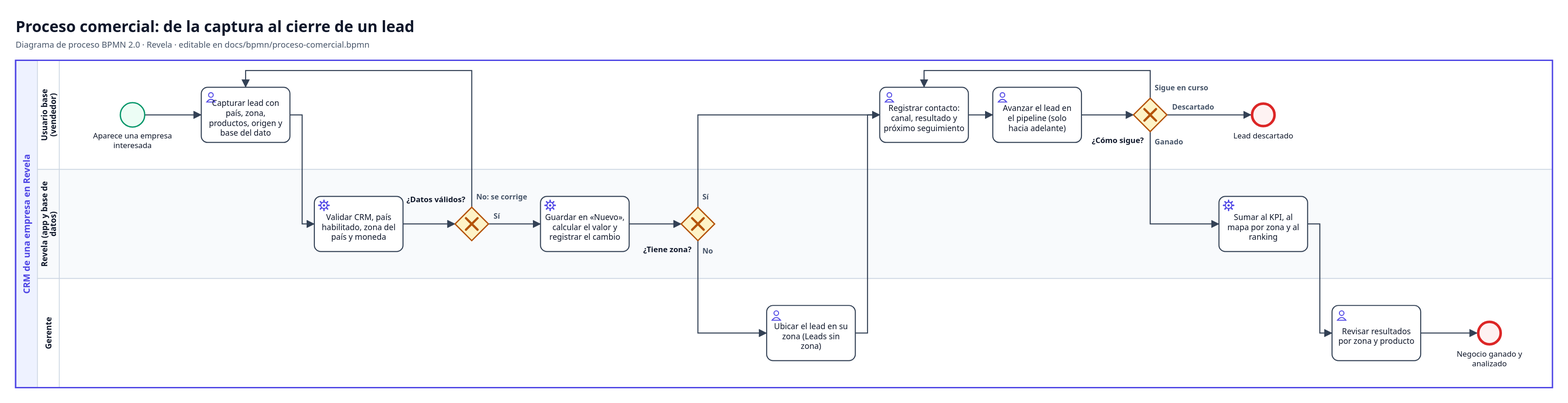
The BPMN diagram docs/bpmn/proceso-comercial.svg in YairCosta/CAPSTONE_003D, before a commit. Its source is kept beside it as docs/bpmn/proceso-comercial.bpmn. Ids are renumbered. The source it was exported from:
```xml
<bpmn:definitions xmlns:bpmn="http://www.omg.org/spec/BPMN/20100524/MODEL" xmlns:bpmndi="http://www.omg.org/spec/BPMN/20100524/DI" xmlns:dc="http://www.omg.org/spec/DD/20100524/DC" xmlns:di="http://www.omg.org/spec/DD/20100524/DI" xmlns:xsi="http://www.w3.org/2001/XMLSchema-instance" id="Definiciones_proceso-comercial" targetNamespace="https://revela.cl/bpmn" exporter="Revela (scripts/generar-bpmn.mjs)" exporterVersion="1.0">
  <bpmn:collaboration id="Colaboracion_proceso-comercial">
    <bpmn:documentation>Proceso comercial: de la captura al cierre de un lead</bpmn:documentation>
    <bpmn:participant id="Participante_proceso-comercial" name="CRM de una empresa en Revela" processRef="Proceso_proceso-comercial" />
  </bpmn:collaboration>
  <bpmn:process id="Proceso_proceso-comercial" name="Proceso comercial: de la captura al cierre de un lead" isExecutable="false">
    <bpmn:laneSet id="Carriles_proceso-comercial">
      <bpmn:lane id="Carril_vendedor" name="Usuario base (vendedor)">
        <bpmn:flowNodeRef>Nodo_inicio</bpmn:flowNodeRef>
        <bpmn:flowNodeRef>Nodo_capturar</bpmn:flowNodeRef>
        <bpmn:flowNodeRef>Nodo_contactar</bpmn:flowNodeRef>
        <bpmn:flowNodeRef>Nodo_avanzar</bpmn:flowNodeRef>
        <bpmn:flowNodeRef>Nodo_gResultado</bpmn:flowNodeRef>
        <bpmn:flowNodeRef>Nodo_descartado</bpmn:flowNodeRef>
      </bpmn:lane>
      <bpmn:lane id="Carril_sistema" name="Revela (app y base de datos)">
        <bpmn:flowNodeRef>Nodo_validar</bpmn:flowNodeRef>
        <bpmn:flowNodeRef>Nodo_gValido</bpmn:flowNodeRef>
        <bpmn:flowNodeRef>Nodo_guardar</bpmn:flowNodeRef>
        <bpmn:flowNodeRef>Nodo_gZona</bpmn:flowNodeRef>
        <bpmn:flowNodeRef>Nodo_kpi</bpmn:flowNodeRef>
      </bpmn:lane>
      <bpmn:lane id="Carril_gerente" name="Gerente">
        <bpmn:flowNodeRef>Nodo_ubicar</bpmn:flowNodeRef>
        <bpmn:flowNodeRef>Nodo_revisar</bpmn:flowNodeRef>
        <bpmn:flowNodeRef>Nodo_ganado</bpmn:flowNodeRef>
      </bpmn:lane>
    </bpmn:laneSet>
    <bpmn:startEvent id="Nodo_inicio" name="Aparece una empresa interesada">
      <bpmn:outgoing>Flujo_1</bpmn:outgoing>
    </bpmn:startEvent>
    <bpmn:userTask id="Nodo_capturar" name="Capturar lead con país, zona, productos, origen y base del dato">
      <bpmn:incoming>Flujo_1</bpmn:incoming>
      <bpmn:incoming>Flujo_4</bpmn:incoming>
      <bpmn:outgoing>Flujo_2</bpmn:outgoing>
    </bpmn:userTask>
    <bpmn:serviceTask id="Nodo_validar" name="Validar CRM, país habilitado, zona del país y moneda">
      <bpmn:incoming>Flujo_2</bpmn:incoming>
      <bpmn:outgoing>Flujo_3</bpmn:outgoing>
    </bpmn:serviceTask>
    <bpmn:exclusiveGateway id="Nodo_gValido" name="¿Datos válidos?">
      <bpmn:incoming>Flujo_3</bpmn:incoming>
      <bpmn:outgoing>Flujo_4</bpmn:outgoing>
      <bpmn:outgoing>Flujo_5</bpmn:outgoing>
    </bpmn:exclusiveGateway>
    <bpmn:serviceTask id="Nodo_guardar" name="Guardar en «Nuevo», calcular el valor y registrar el cambio">
      <bpmn:incoming>Flujo_5</bpmn:incoming>
      <bpmn:outgoing>Flujo_6</bpmn:outgoing>
    </bpmn:serviceTask>
    <bpmn:exclusiveGateway id="Nodo_gZona" name="¿Tiene zona?">
      <bpmn:incoming>Flujo_6</bpmn:incoming>
      <bpmn:outgoing>Flujo_7</bpmn:outgoing>
      <bpmn:outgoing>Flujo_8</bpmn:outgoing>
    </bpmn:exclusiveGateway>
    <bpmn:userTask id="Nodo_ubicar" name="Ubicar el lead en su zona (Leads sin zona)">
      <bpmn:incoming>Flujo_7</bpmn:incoming>
      <bpmn:outgoing>Flujo_9</bpmn:outgoing>
    </bpmn:userTask>
    <bpmn:userTask id="Nodo_contactar" name="Registrar contacto: canal, resultado y próximo seguimiento">
      <bpmn:incoming>Flujo_8</bpmn:incoming>
      <bpmn:incoming>Flujo_9</bpmn:incoming>
      <bpmn:incoming>Flujo_12</bpmn:incoming>
      <bpmn:outgoing>Flujo_10</bpmn:outgoing>
    </bpmn:userTask>
    <bpmn:userTask id="Nodo_avanzar" name="Avanzar el lead en el pipeline (solo hacia adelante)">
      <bpmn:incoming>Flujo_10</bpmn:incoming>
      <bpmn:outgoing>Flujo_11</bpmn:outgoing>
    </bpmn:userTask>
    <bpmn:exclusiveGateway id="Nodo_gResultado" name="¿Cómo sigue?">
      <bpmn:incoming>Flujo_11</bpmn:incoming>
      <bpmn:outgoing>Flujo_12</bpmn:outgoing>
      <bpmn:outgoing>Flujo_13</bpmn:outgoing>
      <bpmn:outgoing>Flujo_14</bpmn:outgoing>
    </bpmn:exclusiveGateway>
    <bpmn:endEvent id="Nodo_descartado" name="Lead descartado">
      <bpmn:incoming>Flujo_13</bpmn:incoming>
    </bpmn:endEvent>
    <bpmn:serviceTask id="Nodo_kpi" name="Sumar al KPI, al mapa por zona y al ranking">
      <bpmn:incoming>Flujo_14</bpmn:incoming>
      <bpmn:outgoing>Flujo_15</bpmn:outgoing>
    </bpmn:serviceTask>
    <bpmn:userTask id="Nodo_revisar" name="Revisar resultados por zona y producto">
      <bpmn:incoming>Flujo_15</bpmn:incoming>
      <bpmn:outgoing>Flujo_16</bpmn:outgoing>
    </bpmn:userTask>
    <bpmn:endEvent id="Nodo_ganado" name="Negocio ganado y analizado">
      <bpmn:incoming>Flujo_16</bpmn:incoming>
    </bpmn:endEvent>
    <bpmn:sequenceFlow id="Flujo_1" sourceRef="Nodo_inicio" targetRef="Nodo_capturar" />
    <bpmn:sequenceFlow id="Flujo_2" sourceRef="Nodo_capturar" targetRef="Nodo_validar" />
    <bpmn:sequenceFlow id="Flujo_3" sourceRef="Nodo_validar" targetRef="Nodo_gValido" />
    <bpmn:sequenceFlow id="Flujo_4" name="No: se corrige" sourceRef="Nodo_gValido" targetRef="Nodo_capturar" />
    <bpmn:sequenceFlow id="Flujo_5" name="Sí" sourceRef="Nodo_gValido" targetRef="Nodo_guardar" />
    <bpmn:sequenceFlow id="Flujo_6" sourceRef="Nodo_guardar" targetRef="Nodo_gZona" />
    <bpmn:sequenceFlow id="Flujo_7" name="No" sourceRef="Nodo_gZona" targetRef="Nodo_ubicar" />
    <bpmn:sequenceFlow id="Flujo_8" name="Sí" sourceRef="Nodo_gZona" targetRef="Nodo_contactar" />
    <bpmn:sequenceFlow id="Flujo_9" sourceRef="Nodo_ubicar" targetRef="Nodo_contactar" />
    <bpmn:sequenceFlow id="Flujo_10" sourceRef="Nodo_contactar" targetRef="Nodo_avanzar" />
    <bpmn:sequenceFlow id="Flujo_11" sourceRef="Nodo_avanzar" targetRef="Nodo_gResultado" />
    <bpmn:sequenceFlow id="Flujo_12" name="Sigue en curso" sourceRef="Nodo_gResultado" targetRef="Nodo_contactar" />
    <bpmn:sequenceFlow id="Flujo_13" name="Descartado" sourceRef="Nodo_gResultado" targetRef="Nodo_descartado" />
    <bpmn:sequenceFlow id="Flujo_14" name="Ganado" sourceRef="Nodo_gResultado" targetRef="Nodo_kpi" />
    <bpmn:sequenceFlow id="Flujo_15" sourceRef="Nodo_kpi" targetRef="Nodo_revisar" />
    <bpmn:sequenceFlow id="Flujo_16" sourceRef="Nodo_revisar" targetRef="Nodo_ganado" />
  </bpmn:process>
  <bpmndi:BPMNDiagram id="Diagrama_proceso-comercial">
    <bpmndi:BPMNPlane id="Plano_proceso-comercial" bpmnElement="Colaboracion_proceso-comercial">
      <bpmndi:BPMNShape id="Participante_proceso-comercial_di" bpmnElement="Participante_proceso-comercial" isHorizontal="true">
        <dc:Bounds x="24" y="94" width="2392" height="510" />
      </bpmndi:BPMNShape>
      <bpmndi:BPMNShape id="Carril_vendedor_di" bpmnElement="Carril_vendedor" isHorizontal="true">
        <dc:Bounds x="58" y="94" width="2358" height="170" />
      </bpmndi:BPMNShape>
      <bpmndi:BPMNShape id="Carril_sistema_di" bpmnElement="Carril_sistema" isHorizontal="true">
        <dc:Bounds x="58" y="264" width="2358" height="170" />
      </bpmndi:BPMNShape>
      <bpmndi:BPMNShape id="Carril_gerente_di" bpmnElement="Carril_gerente" isHorizontal="true">
        <dc:Bounds x="58" y="434" width="2358" height="170" />
      </bpmndi:BPMNShape>
      <bpmndi:BPMNShape id="Nodo_inicio_di" bpmnElement="Nodo_inicio">
        <dc:Bounds x="187" y="160" width="38" height="38" />
        <bpmndi:BPMNLabel><dc:Bounds x="142" y="204" width="128" height="32" /></bpmndi:BPMNLabel>
      </bpmndi:BPMNShape>
      <bpmndi:BPMNShape id="Nodo_capturar_di" bpmnElement="Nodo_capturar">
        <dc:Bounds x="313" y="136" width="138" height="86" />
      </bpmndi:BPMNShape>
      <bpmndi:BPMNShape id="Nodo_validar_di" bpmnElement="Nodo_validar">
        <dc:Bounds x="489" y="306" width="138" height="86" />
      </bpmndi:BPMNShape>
      <bpmndi:BPMNShape id="Nodo_gValido_di" bpmnElement="Nodo_gValido" isMarkerVisible="true">
        <dc:Bounds x="708" y="323" width="52" height="52" />
        <bpmndi:BPMNLabel><dc:Bounds x="623" y="303" width="101" height="17" /></bpmndi:BPMNLabel>
      </bpmndi:BPMNShape>
      <bpmndi:BPMNShape id="Nodo_guardar_di" bpmnElement="Nodo_guardar">
        <dc:Bounds x="841" y="306" width="138" height="86" />
      </bpmndi:BPMNShape>
      <bpmndi:BPMNShape id="Nodo_gZona_di" bpmnElement="Nodo_gZona" isMarkerVisible="true">
        <dc:Bounds x="1060" y="323" width="52" height="52" />
        <bpmndi:BPMNLabel><dc:Bounds x="995" y="381" width="81" height="17" /></bpmndi:BPMNLabel>
      </bpmndi:BPMNShape>
      <bpmndi:BPMNShape id="Nodo_ubicar_di" bpmnElement="Nodo_ubicar">
        <dc:Bounds x="1193" y="476" width="138" height="86" />
      </bpmndi:BPMNShape>
      <bpmndi:BPMNShape id="Nodo_contactar_di" bpmnElement="Nodo_contactar">
        <dc:Bounds x="1369" y="136" width="138" height="86" />
      </bpmndi:BPMNShape>
      <bpmndi:BPMNShape id="Nodo_avanzar_di" bpmnElement="Nodo_avanzar">
        <dc:Bounds x="1545" y="136" width="138" height="86" />
      </bpmndi:BPMNShape>
      <bpmndi:BPMNShape id="Nodo_gResultado_di" bpmnElement="Nodo_gResultado" isMarkerVisible="true">
        <dc:Bounds x="1764" y="153" width="52" height="52" />
        <bpmndi:BPMNLabel><dc:Bounds x="1699" y="211" width="81" height="17" /></bpmndi:BPMNLabel>
      </bpmndi:BPMNShape>
      <bpmndi:BPMNShape id="Nodo_descartado_di" bpmnElement="Nodo_descartado">
        <dc:Bounds x="1947" y="160" width="38" height="38" />
        <bpmndi:BPMNLabel><dc:Bounds x="1916" y="204" width="101" height="17" /></bpmndi:BPMNLabel>
      </bpmndi:BPMNShape>
      <bpmndi:BPMNShape id="Nodo_kpi_di" bpmnElement="Nodo_kpi">
        <dc:Bounds x="1897" y="306" width="138" height="86" />
      </bpmndi:BPMNShape>
      <bpmndi:BPMNShape id="Nodo_revisar_di" bpmnElement="Nodo_revisar">
        <dc:Bounds x="2073" y="476" width="138" height="86" />
      </bpmndi:BPMNShape>
      <bpmndi:BPMNShape id="Nodo_ganado_di" bpmnElement="Nodo_ganado">
        <dc:Bounds x="2299" y="500" width="38" height="38" />
        <bpmndi:BPMNLabel><dc:Bounds x="2264" y="544" width="108" height="32" /></bpmndi:BPMNLabel>
      </bpmndi:BPMNShape>
      <bpmndi:BPMNEdge id="Flujo_1_di" bpmnElement="Flujo_1">
        <di:waypoint x="225" y="179" />
        <di:waypoint x="313" y="179" />
      </bpmndi:BPMNEdge>
      <bpmndi:BPMNEdge id="Flujo_2_di" bpmnElement="Flujo_2">
        <di:waypoint x="451" y="179" />
        <di:waypoint x="470" y="179" />
        <di:waypoint x="470" y="349" />
        <di:waypoint x="489" y="349" />
      </bpmndi:BPMNEdge>
      <bpmndi:BPMNEdge id="Flujo_3_di" bpmnElement="Flujo_3">
        <di:waypoint x="627" y="349" />
        <di:waypoint x="708" y="349" />
      </bpmndi:BPMNEdge>
      <bpmndi:BPMNEdge id="Flujo_4_di" bpmnElement="Flujo_4">
        <di:waypoint x="734" y="323" />
        <di:waypoint x="734" y="110" />
        <di:waypoint x="382" y="110" />
        <di:waypoint x="382" y="136" />
      </bpmndi:BPMNEdge>
      <bpmndi:BPMNEdge id="Flujo_5_di" bpmnElement="Flujo_5">
        <di:waypoint x="760" y="349" />
        <di:waypoint x="841" y="349" />
      </bpmndi:BPMNEdge>
      <bpmndi:BPMNEdge id="Flujo_6_di" bpmnElement="Flujo_6">
        <di:waypoint x="979" y="349" />
        <di:waypoint x="1060" y="349" />
      </bpmndi:BPMNEdge>
      <bpmndi:BPMNEdge id="Flujo_7_di" bpmnElement="Flujo_7">
        <di:waypoint x="1086" y="375" />
        <di:waypoint x="1086" y="519" />
        <di:waypoint x="1193" y="519" />
      </bpmndi:BPMNEdge>
      <bpmndi:BPMNEdge id="Flujo_8_di" bpmnElement="Flujo_8">
        <di:waypoint x="1086" y="323" />
        <di:waypoint x="1086" y="179" />
        <di:waypoint x="1369" y="179" />
      </bpmndi:BPMNEdge>
      <bpmndi:BPMNEdge id="Flujo_9_di" bpmnElement="Flujo_9">
        <di:waypoint x="1331" y="519" />
        <di:waypoint x="1350" y="519" />
        <di:waypoint x="1350" y="179" />
        <di:waypoint x="1369" y="179" />
      </bpmndi:BPMNEdge>
      <bpmndi:BPMNEdge id="Flujo_10_di" bpmnElement="Flujo_10">
        <di:waypoint x="1507" y="179" />
        <di:waypoint x="1545" y="179" />
      </bpmndi:BPMNEdge>
      <bpmndi:BPMNEdge id="Flujo_11_di" bpmnElement="Flujo_11">
        <di:waypoint x="1683" y="179" />
        <di:waypoint x="1764" y="179" />
      </bpmndi:BPMNEdge>
      <bpmndi:BPMNEdge id="Flujo_12_di" bpmnElement="Flujo_12">
        <di:waypoint x="1790" y="153" />
        <di:waypoint x="1790" y="110" />
        <di:waypoint x="1438" y="110" />
        <di:waypoint x="1438" y="136" />
      </bpmndi:BPMNEdge>
      <bpmndi:BPMNEdge id="Flujo_13_di" bpmnElement="Flujo_13">
        <di:waypoint x="1816" y="179" />
        <di:waypoint x="1947" y="179" />
      </bpmndi:BPMNEdge>
      <bpmndi:BPMNEdge id="Flujo_14_di" bpmnElement="Flujo_14">
        <di:waypoint x="1790" y="205" />
        <di:waypoint x="1790" y="349" />
        <di:waypoint x="1897" y="349" />
      </bpmndi:BPMNEdge>
      <bpmndi:BPMNEdge id="Flujo_15_di" bpmnElement="Flujo_15">
        <di:waypoint x="2035" y="349" />
        <di:waypoint x="2054" y="349" />
        <di:waypoint x="2054" y="519" />
        <di:waypoint x="2073" y="519" />
      </bpmndi:BPMNEdge>
      <bpmndi:BPMNEdge id="Flujo_16_di" bpmnElement="Flujo_16">
        <di:waypoint x="2211" y="519" />
        <di:waypoint x="2299" y="519" />
      </bpmndi:BPMNEdge>
    </bpmndi:BPMNPlane>
  </bpmndi:BPMNDiagram>
</bpmn:definitions>
```
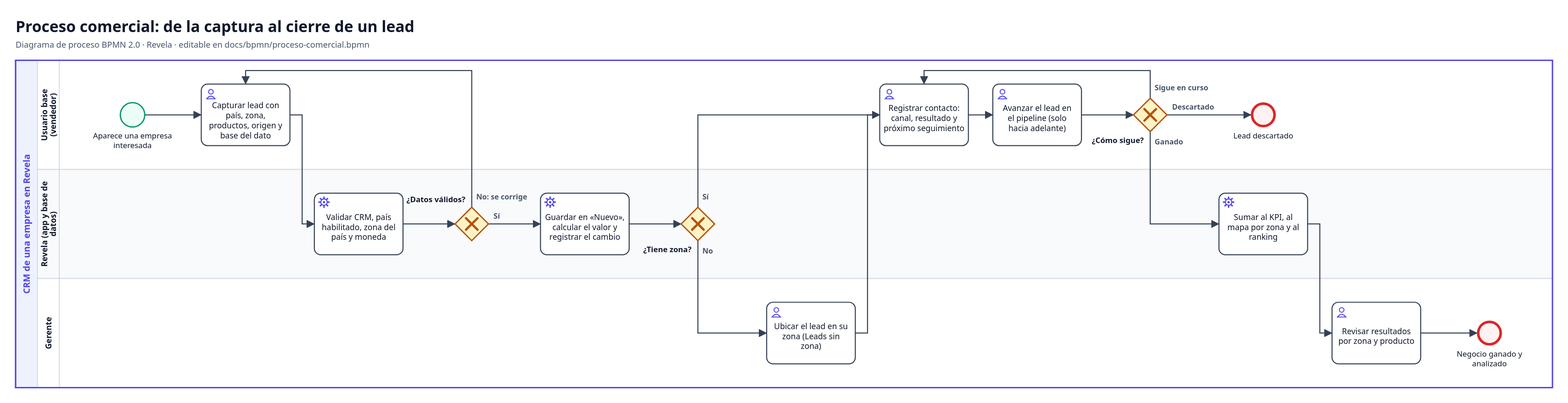
After the change.

Change to the diagram source:
```diff
@@ -122,30 +122,30 @@
         <bpmndi:BPMNLabel><dc:Bounds x="142" y="204" width="128" height="32" /></bpmndi:BPMNLabel>
       </bpmndi:BPMNShape>
       <bpmndi:BPMNShape id="Nodo_capturar_di" bpmnElement="Nodo_capturar">
-        <dc:Bounds x="313" y="136" width="138" height="86" />
+        <dc:Bounds x="313" y="131" width="138" height="96" />
       </bpmndi:BPMNShape>
       <bpmndi:BPMNShape id="Nodo_validar_di" bpmnElement="Nodo_validar">
-        <dc:Bounds x="489" y="306" width="138" height="86" />
+        <dc:Bounds x="489" y="301" width="138" height="96" />
       </bpmndi:BPMNShape>
       <bpmndi:BPMNShape id="Nodo_gValido_di" bpmnElement="Nodo_gValido" isMarkerVisible="true">
         <dc:Bounds x="708" y="323" width="52" height="52" />
         <bpmndi:BPMNLabel><dc:Bounds x="623" y="303" width="101" height="17" /></bpmndi:BPMNLabel>
       </bpmndi:BPMNShape>
       <bpmndi:BPMNShape id="Nodo_guardar_di" bpmnElement="Nodo_guardar">
-        <dc:Bounds x="841" y="306" width="138" height="86" />
+        <dc:Bounds x="841" y="301" width="138" height="96" />
       </bpmndi:BPMNShape>
       <bpmndi:BPMNShape id="Nodo_gZona_di" bpmnElement="Nodo_gZona" isMarkerVisible="true">
         <dc:Bounds x="1060" y="323" width="52" height="52" />
         <bpmndi:BPMNLabel><dc:Bounds x="995" y="381" width="81" height="17" /></bpmndi:BPMNLabel>
       </bpmndi:BPMNShape>
       <bpmndi:BPMNShape id="Nodo_ubicar_di" bpmnElement="Nodo_ubicar">
-        <dc:Bounds x="1193" y="476" width="138" height="86" />
+        <dc:Bounds x="1193" y="471" width="138" height="96" />
       </bpmndi:BPMNShape>
       <bpmndi:BPMNShape id="Nodo_contactar_di" bpmnElement="Nodo_contactar">
-        <dc:Bounds x="1369" y="136" width="138" height="86" />
+        <dc:Bounds x="1369" y="131" width="138" height="96" />
       </bpmndi:BPMNShape>
       <bpmndi:BPMNShape id="Nodo_avanzar_di" bpmnElement="Nodo_avanzar">
-        <dc:Bounds x="1545" y="136" width="138" height="86" />
+        <dc:Bounds x="1545" y="131" width="138" height="96" />
       </bpmndi:BPMNShape>
       <bpmndi:BPMNShape id="Nodo_gResultado_di" bpmnElement="Nodo_gResultado" isMarkerVisible="true">
         <dc:Bounds x="1764" y="153" width="52" height="52" />
@@ -156,10 +156,10 @@
         <bpmndi:BPMNLabel><dc:Bounds x="1916" y="204" width="101" height="17" /></bpmndi:BPMNLabel>
       </bpmndi:BPMNShape>
       <bpmndi:BPMNShape id="Nodo_kpi_di" bpmnElement="Nodo_kpi">
-        <dc:Bounds x="1897" y="306" width="138" height="86" />
+        <dc:Bounds x="1897" y="301" width="138" height="96" />
       </bpmndi:BPMNShape>
       <bpmndi:BPMNShape id="Nodo_revisar_di" bpmnElement="Nodo_revisar">
-        <dc:Bounds x="2073" y="476" width="138" height="86" />
+        <dc:Bounds x="2073" y="471" width="138" height="96" />
       </bpmndi:BPMNShape>
       <bpmndi:BPMNShape id="Nodo_ganado_di" bpmnElement="Nodo_ganado">
         <dc:Bounds x="2299" y="500" width="38" height="38" />
@@ -183,7 +183,7 @@
         <di:waypoint x="734" y="323" />
         <di:waypoint x="734" y="110" />
         <di:waypoint x="382" y="110" />
-        <di:waypoint x="382" y="136" />
+        <di:waypoint x="382" y="131" />
       </bpmndi:BPMNEdge>
       <bpmndi:BPMNEdge id="Flujo_5_di" bpmnElement="Flujo_5">
         <di:waypoint x="760" y="349" />
@@ -221,7 +221,7 @@
         <di:waypoint x="1790" y="153" />
         <di:waypoint x="1790" y="110" />
         <di:waypoint x="1438" y="110" />
-        <di:waypoint x="1438" y="136" />
+        <di:waypoint x="1438" y="131" />
       </bpmndi:BPMNEdge>
       <bpmndi:BPMNEdge id="Flujo_13_di" bpmnElement="Flujo_13">
         <di:waypoint x="1816" y="179" />
```
